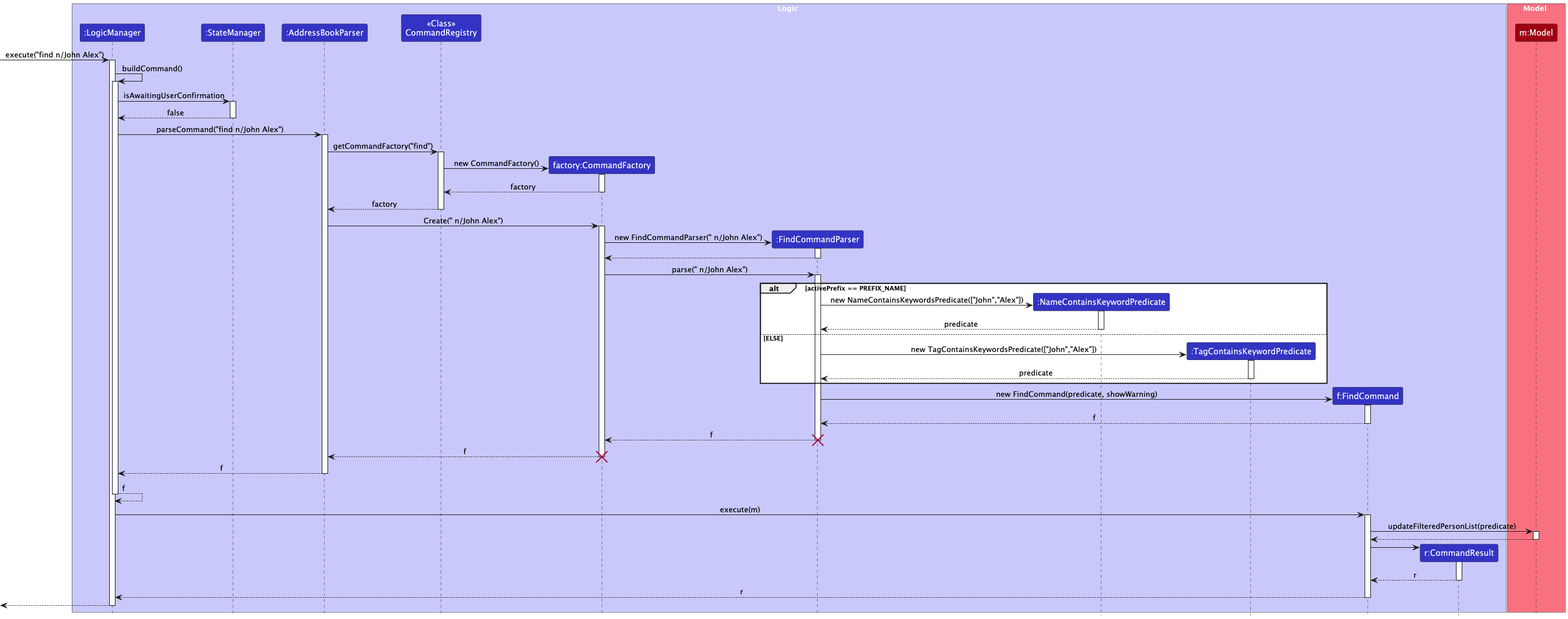
Earlier version of the PlantUML export docs/images/FindSequenceDiagram.png (Itsdaodao/tp).
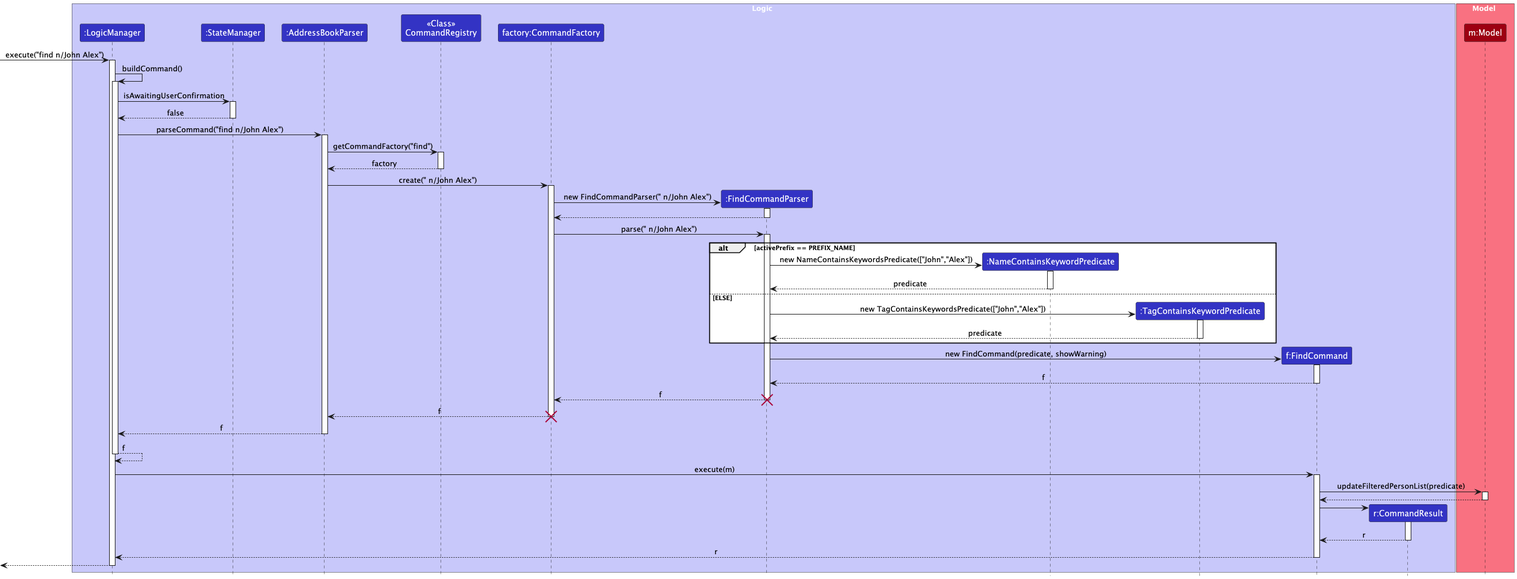
The same diagram one commit later.

Commit message:
Reupdate find sequence diagram

The edit, as a diff of the source:
```diff
@@ -37,17 +37,10 @@
 AddressBookParser -> CommandRegistry : getCommandFactory("find")
 activate CommandRegistry
 
-create CommandFactory
-CommandRegistry -> CommandFactory : new CommandFactory()
-activate CommandFactory
-
-CommandFactory --> CommandRegistry : factory
-deactivate CommandFactory
-
 CommandRegistry --> AddressBookParser : factory
 deactivate CommandRegistry
 
-AddressBookParser -> CommandFactory : Create(" n/John Alex")
+AddressBookParser -> CommandFactory : create(" n/John Alex")
 activate CommandFactory
 
 create FindCommandParser
```
